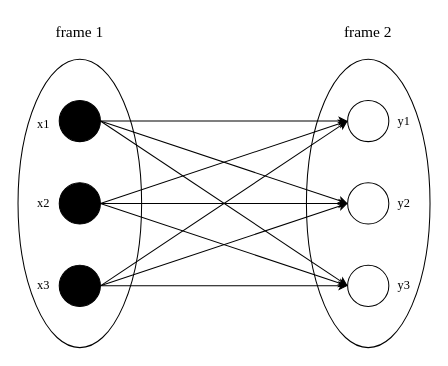
Katharine-0331/files keeps this draw.io diagram as bigraph multi-touch.drawio. Above is the earlier version. Source tidied: cells renumbered, new cells numbered last; positions are measured from the earlier drawing's top-left corner, leaving out a move shared by most shapes. Both pictures are drawn from the tidied source at 103%, with x=0, y=0 at pixel (18, 18).
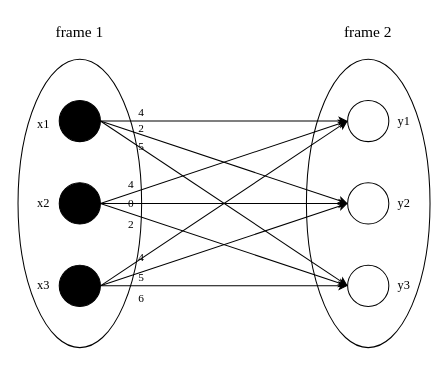
After the change.

What changed in the source:
```diff
@@
+    <mxCell id="27" value="&lt;font style=&quot;font-size: 11px&quot;&gt;4&lt;/font&gt;" style="text;html=1;strokeColor=none;fillColor=none;align=center;verticalAlign=middle;whiteSpace=wrap;rounded=0;shadow=0;fontFamily=Times New Roman;fontSize=15;" parent="1" vertex="1">
+      <mxGeometry x="110" y="80" width="20" height="20" as="geometry" />
+    </mxCell>
+    <mxCell id="28" value="&lt;font style=&quot;font-size: 11px&quot;&gt;2&lt;/font&gt;" style="text;html=1;strokeColor=none;fillColor=none;align=center;verticalAlign=middle;whiteSpace=wrap;rounded=0;shadow=0;fontFamily=Times New Roman;fontSize=15;" parent="1" vertex="1">
+      <mxGeometry x="110" y="95" width="20" height="20" as="geometry" />
+    </mxCell>
+    <mxCell id="29" value="&lt;font style=&quot;font-size: 11px&quot;&gt;5&lt;/font&gt;" style="text;html=1;strokeColor=none;fillColor=none;align=center;verticalAlign=middle;whiteSpace=wrap;rounded=0;shadow=0;fontFamily=Times New Roman;fontSize=15;" parent="1" vertex="1">
+      <mxGeometry x="110" y="112.5" width="20" height="20" as="geometry" />
+    </mxCell>
+    <mxCell id="30" value="&lt;font style=&quot;font-size: 11px&quot;&gt;4&lt;/font&gt;" style="text;html=1;strokeColor=none;fillColor=none;align=center;verticalAlign=middle;whiteSpace=wrap;rounded=0;shadow=0;fontFamily=Times New Roman;fontSize=15;" parent="1" vertex="1">
+      <mxGeometry x="100" y="150" width="20" height="20" as="geometry" />
+    </mxCell>
+    <mxCell id="31" value="&lt;font style=&quot;font-size: 11px&quot;&gt;0&lt;/font&gt;" style="text;html=1;strokeColor=none;fillColor=none;align=center;verticalAlign=middle;whiteSpace=wrap;rounded=0;shadow=0;fontFamily=Times New Roman;fontSize=15;" parent="1" vertex="1">
+      <mxGeometry x="100" y="167.5" width="20" height="20" as="geometry" />
+    </mxCell>
+    <mxCell id="32" value="&lt;font style=&quot;font-size: 11px&quot;&gt;2&lt;/font&gt;" style="text;html=1;strokeColor=none;fillColor=none;align=center;verticalAlign=middle;whiteSpace=wrap;rounded=0;shadow=0;fontFamily=Times New Roman;fontSize=15;" parent="1" vertex="1">
+      <mxGeometry x="100" y="187.5" width="20" height="20" as="geometry" />
+    </mxCell>
+    <mxCell id="33" value="&lt;font style=&quot;font-size: 11px&quot;&gt;4&lt;/font&gt;" style="text;html=1;strokeColor=none;fillColor=none;align=center;verticalAlign=middle;whiteSpace=wrap;rounded=0;shadow=0;fontFamily=Times New Roman;fontSize=15;" parent="1" vertex="1">
+      <mxGeometry x="110" y="220" width="20" height="20" as="geometry" />
+    </mxCell>
+    <mxCell id="34" value="&lt;font style=&quot;font-size: 11px&quot;&gt;5&lt;/font&gt;" style="text;html=1;strokeColor=none;fillColor=none;align=center;verticalAlign=middle;whiteSpace=wrap;rounded=0;shadow=0;fontFamily=Times New Roman;fontSize=15;" parent="1" vertex="1">
+      <mxGeometry x="110" y="240" width="20" height="20" as="geometry" />
+    </mxCell>
+    <mxCell id="35" value="&lt;font style=&quot;font-size: 11px&quot;&gt;6&lt;/font&gt;" style="text;html=1;strokeColor=none;fillColor=none;align=center;verticalAlign=middle;whiteSpace=wrap;rounded=0;shadow=0;fontFamily=Times New Roman;fontSize=15;" parent="1" vertex="1">
+      <mxGeometry x="110" y="260" width="20" height="20" as="geometry" />
+    </mxCell>
```
